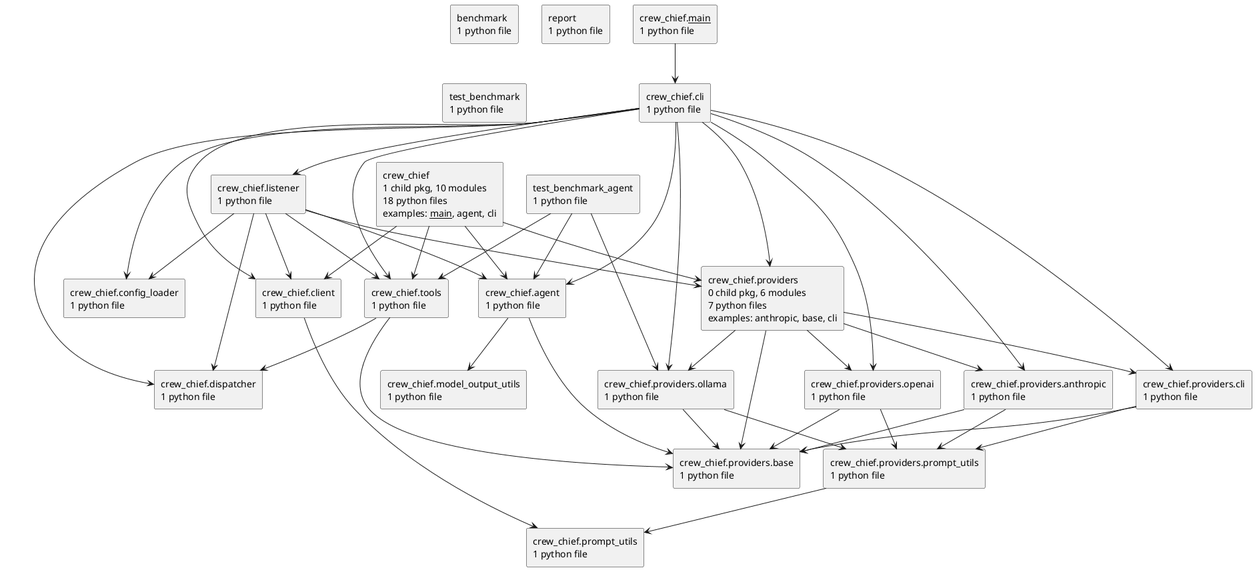
Earlier version of the PlantUML export docs/diagrams/python-packages.puml.png (casonk/crew-chief).
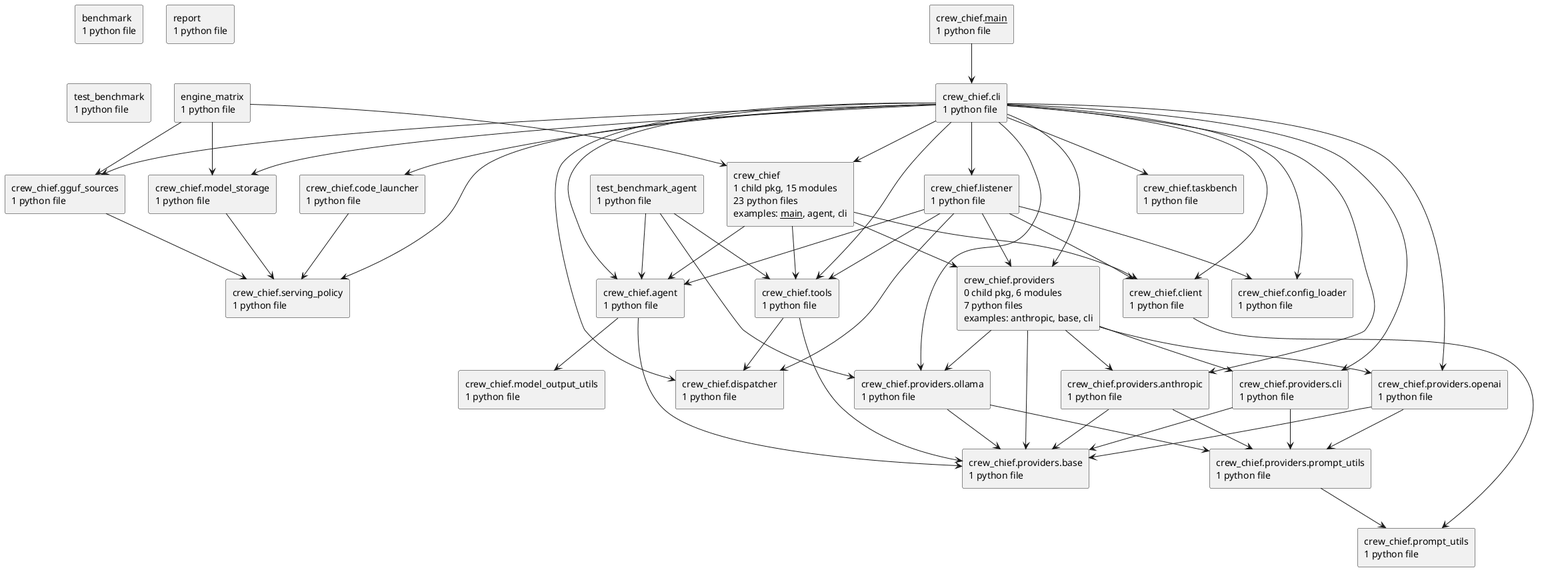
Later version of the same file.

Diff of the diagram source:
```diff
@@ -1,17 +1,20 @@
-@startuml packages_crew-chief
+@startuml packages_checkout
 set namespaceSeparator none
 top to bottom direction
 skinparam componentStyle rectangle
 rectangle "benchmark\n1 python file" as benchmark
-rectangle "crew_chief\n1 child pkg, 10 modules\n18 python files\nexamples: __main__, agent, cli" as crew_chief
+rectangle "crew_chief\n1 child pkg, 15 modules\n23 python files\nexamples: __main__, agent, cli" as crew_chief
 rectangle "crew_chief.__main__\n1 python file" as crew_chief.__main__
 rectangle "crew_chief.agent\n1 python file" as crew_chief.agent
 rectangle "crew_chief.cli\n1 python file" as crew_chief.cli
 rectangle "crew_chief.client\n1 python file" as crew_chief.client
+rectangle "crew_chief.code_launcher\n1 python file" as crew_chief.code_launcher
 rectangle "crew_chief.config_loader\n1 python file" as crew_chief.config_loader
 rectangle "crew_chief.dispatcher\n1 python file" as crew_chief.dispatcher
+rectangle "crew_chief.gguf_sources\n1 python file" as crew_chief.gguf_sources
 rectangle "crew_chief.listener\n1 python file" as crew_chief.listener
 rectangle "crew_chief.model_output_utils\n1 python file" as crew_chief.model_output_utils
+rectangle "crew_chief.model_storage\n1 python file" as crew_chief.model_storage
 rectangle "crew_chief.prompt_utils\n1 python file" as crew_chief.prompt_utils
 rectangle "crew_chief.providers\n0 child pkg, 6 modules\n7 python files\nexamples: anthropic, base, cli" as crew_chief.providers
 rectangle "crew_chief.providers.anthropic\n1 python file" as crew_chief.providers.anthropic
@@ -20,7 +23,10 @@
 rectangle "crew_chief.providers.ollama\n1 python file" as crew_chief.providers.ollama
 rectangle "crew_chief.providers.openai\n1 python file" as crew_chief.providers.openai
 rectangle "crew_chief.providers.prompt_utils\n1 python file" as crew_chief.providers.prompt_utils
+rectangle "crew_chief.serving_policy\n1 python file" as crew_chief.serving_policy
+rectangle "crew_chief.taskbench\n1 python file" as crew_chief.taskbench
 rectangle "crew_chief.tools\n1 python file" as crew_chief.tools
+rectangle "engine_matrix\n1 python file" as engine_matrix
 rectangle "report\n1 python file" as report
 rectangle "test_benchmark\n1 python file" as test_benchmark
 rectangle "test_benchmark_agent\n1 python file" as test_benchmark_agent
@@ -31,24 +37,33 @@
 crew_chief.__main__ --> crew_chief.cli
 crew_chief.agent --> crew_chief.model_output_utils
 crew_chief.agent --> crew_chief.providers.base
+crew_chief.cli --> crew_chief
 crew_chief.cli --> crew_chief.agent
 crew_chief.cli --> crew_chief.client
+crew_chief.cli --> crew_chief.code_launcher
 crew_chief.cli --> crew_chief.config_loader
 crew_chief.cli --> crew_chief.dispatcher
+crew_chief.cli --> crew_chief.gguf_sources
 crew_chief.cli --> crew_chief.listener
+crew_chief.cli --> crew_chief.model_storage
 crew_chief.cli --> crew_chief.providers
 crew_chief.cli --> crew_chief.providers.anthropic
 crew_chief.cli --> crew_chief.providers.cli
 crew_chief.cli --> crew_chief.providers.ollama
 crew_chief.cli --> crew_chief.providers.openai
+crew_chief.cli --> crew_chief.serving_policy
+crew_chief.cli --> crew_chief.taskbench
 crew_chief.cli --> crew_chief.tools
 crew_chief.client --> crew_chief.prompt_utils
+crew_chief.code_launcher --> crew_chief.serving_policy
+crew_chief.gguf_sources --> crew_chief.serving_policy
 crew_chief.listener --> crew_chief.agent
 crew_chief.listener --> crew_chief.client
 crew_chief.listener --> crew_chief.config_loader
 crew_chief.listener --> crew_chief.dispatcher
 crew_chief.listener --> crew_chief.providers
 crew_chief.listener --> crew_chief.tools
+crew_chief.model_storage --> crew_chief.serving_policy
 crew_chief.providers --> crew_chief.providers.anthropic
 crew_chief.providers --> crew_chief.providers.base
 crew_chief.providers --> crew_chief.providers.cli
@@ -65,6 +80,9 @@
 crew_chief.providers.prompt_utils --> crew_chief.prompt_utils
 crew_chief.tools --> crew_chief.dispatcher
 crew_chief.tools --> crew_chief.providers.base
+engine_matrix --> crew_chief
+engine_matrix --> crew_chief.gguf_sources
+engine_matrix --> crew_chief.model_storage
 test_benchmark_agent --> crew_chief.agent
 test_benchmark_agent --> crew_chief.providers.ollama
 test_benchmark_agent --> crew_chief.tools
```
